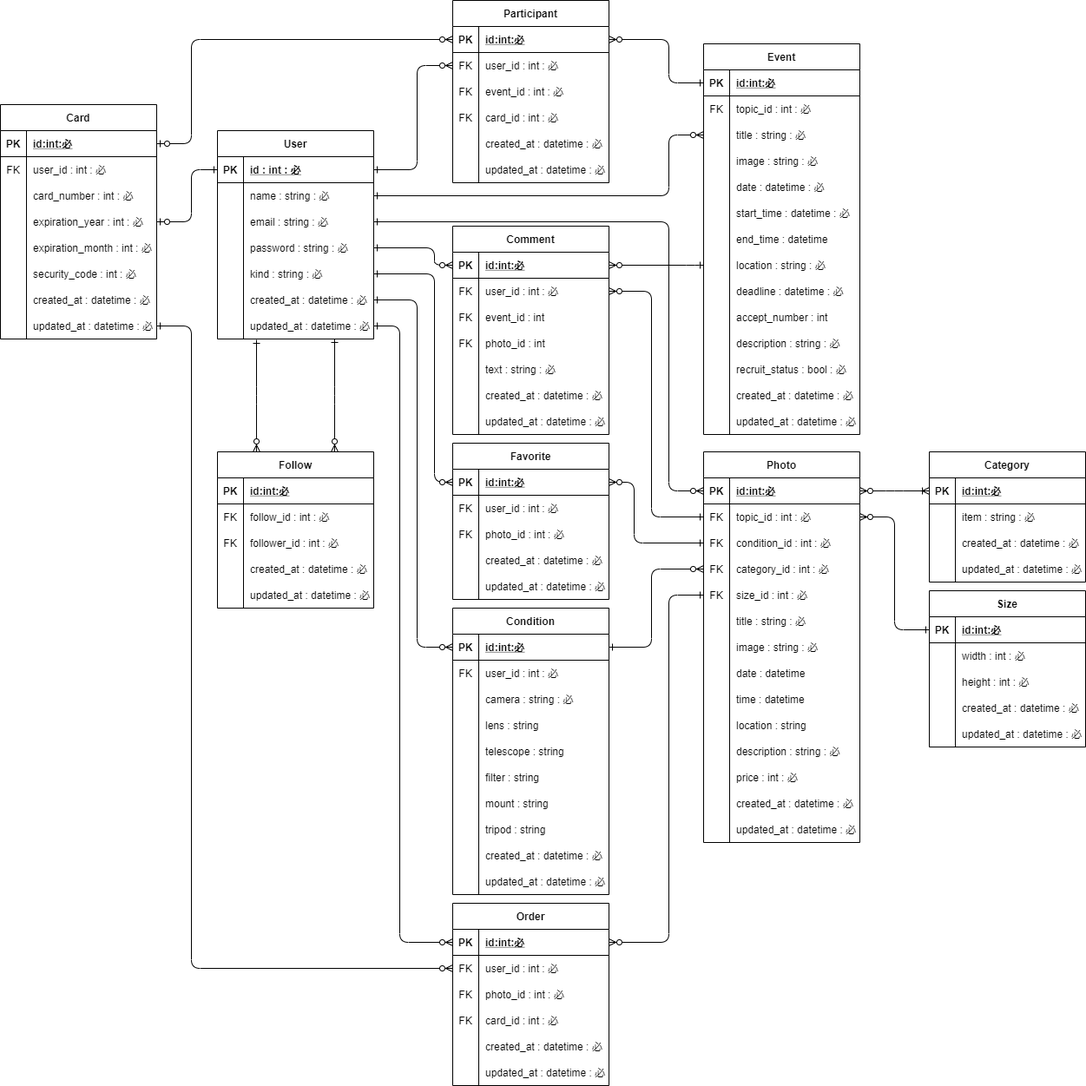
UtaSuzuki/astrogram keeps this draw.io diagram as outline/ERchart.png. Above is the earlier version. Source tidied: cells renumbered, new cells last; positions are measured from the earlier drawing's top-left corner, leaving out a move shared by most shapes.
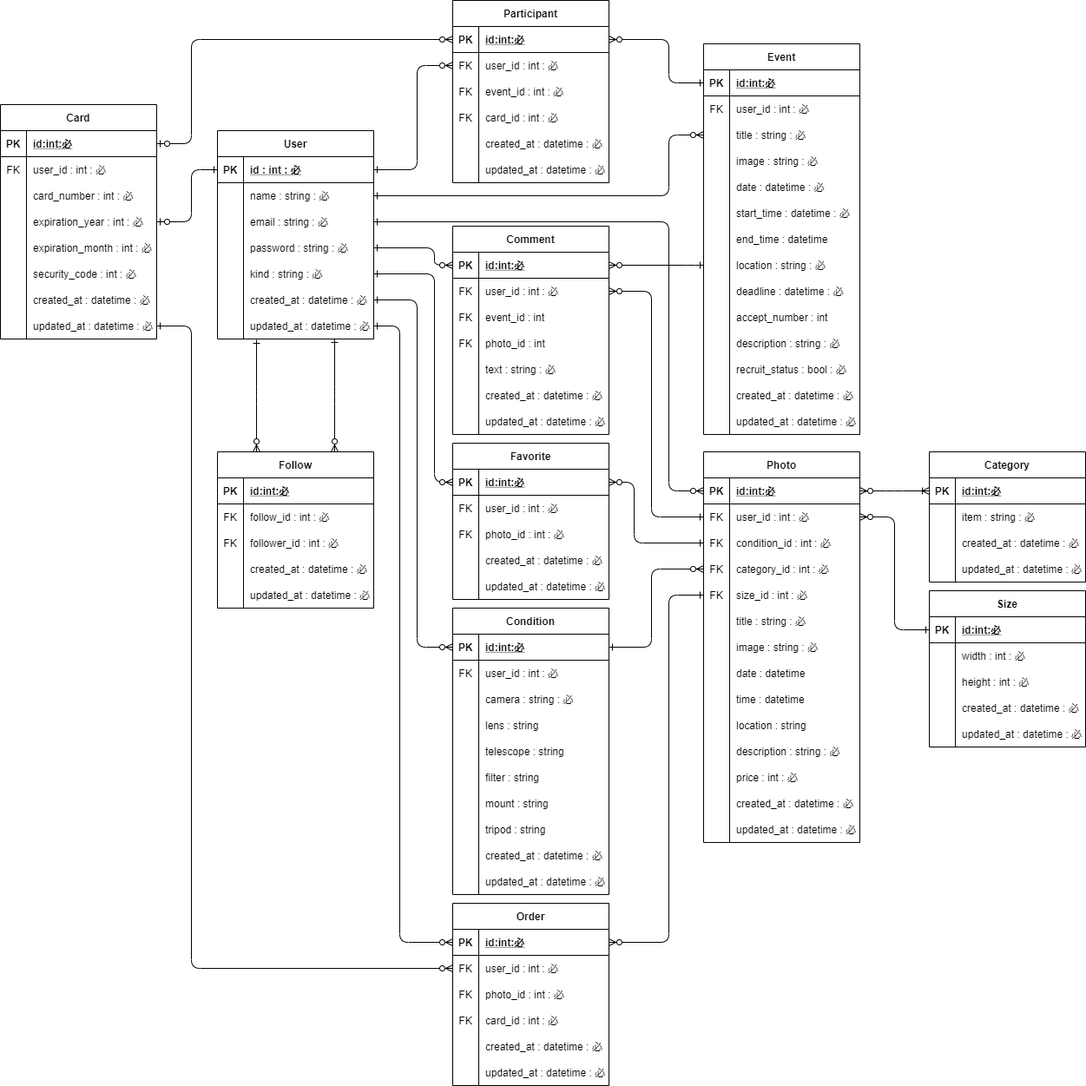
The same file after the commit.

What changed in the source:
```diff
@@ -179,7 +179,7 @@
     <mxCell id="60" value="FK" style="shape=partialRectangle;fillColor=none;top=0;left=0;bottom=0;right=0;overflow=hidden;" parent="59" vertex="1">
       <mxGeometry width="30" height="30" as="geometry" />
     </mxCell>
-    <mxCell id="61" value="topic_id : int : 必" style="shape=partialRectangle;fillColor=none;top=0;left=0;bottom=0;right=0;align=left;spacingLeft=6;overflow=hidden;" parent="59" vertex="1">
+    <mxCell id="61" value="user_id : int : 必" style="shape=partialRectangle;fillColor=none;top=0;left=0;bottom=0;right=0;align=left;spacingLeft=6;overflow=hidden;" parent="59" vertex="1">
       <mxGeometry x="30" width="150" height="30" as="geometry" />
     </mxCell>
     <mxCell id="62" style="shape=partialRectangle;fillColor=none;top=0;left=0;bottom=0;right=0;points=[[0,0.5],[1,0.5]];portConstraint=eastwest;" parent="55" vertex="1">
@@ -471,7 +471,7 @@
     <mxCell id="147" value="FK" style="shape=partialRectangle;fillColor=none;top=0;left=0;bottom=0;right=0;overflow=hidden;" parent="146" vertex="1">
       <mxGeometry width="30" height="30" as="geometry" />
     </mxCell>
-    <mxCell id="148" value="topic_id : int : 必" style="shape=partialRectangle;fillColor=none;top=0;left=0;bottom=0;right=0;align=left;spacingLeft=6;overflow=hidden;" parent="146" vertex="1">
+    <mxCell id="148" value="user_id : int : 必" style="shape=partialRectangle;fillColor=none;top=0;left=0;bottom=0;right=0;align=left;spacingLeft=6;overflow=hidden;" parent="146" vertex="1">
       <mxGeometry x="30" width="150" height="30" as="geometry" />
     </mxCell>
     <mxCell id="149" style="shape=partialRectangle;fillColor=none;top=0;left=0;bottom=0;right=0;points=[[0,0.5],[1,0.5]];portConstraint=eastwest;" parent="142" vertex="1">
```
